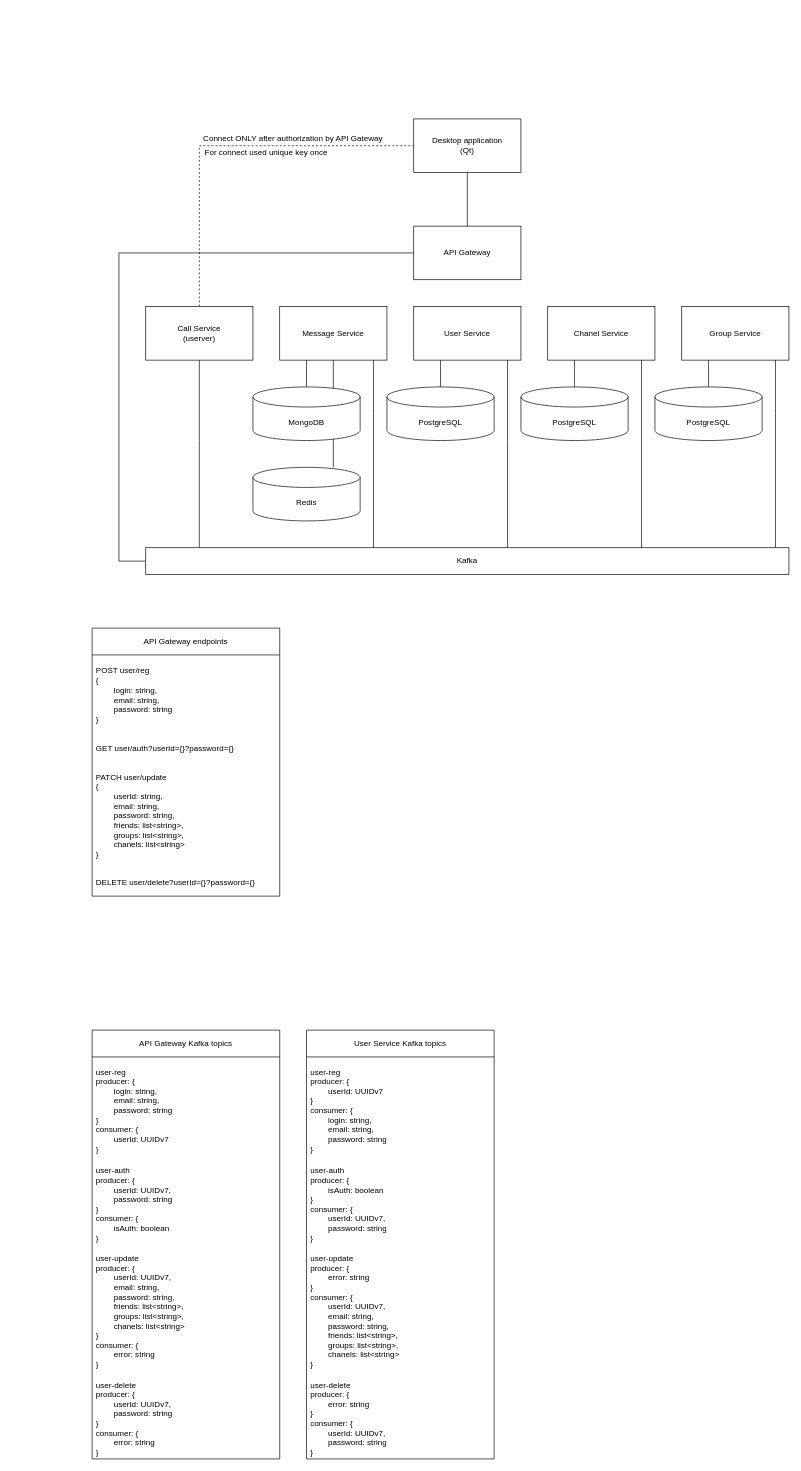
This is Schema.drawio from CallYourTeam/Infrastructure, a draw.io file, before an edit. Source tidied: cells renumbered, new cells numbered last; positions are measured from the earlier drawing's top-left corner, leaving out a move shared by most shapes. Both pictures are drawn from the tidied source at 67%, with x=0, y=0 at pixel (92, 119).
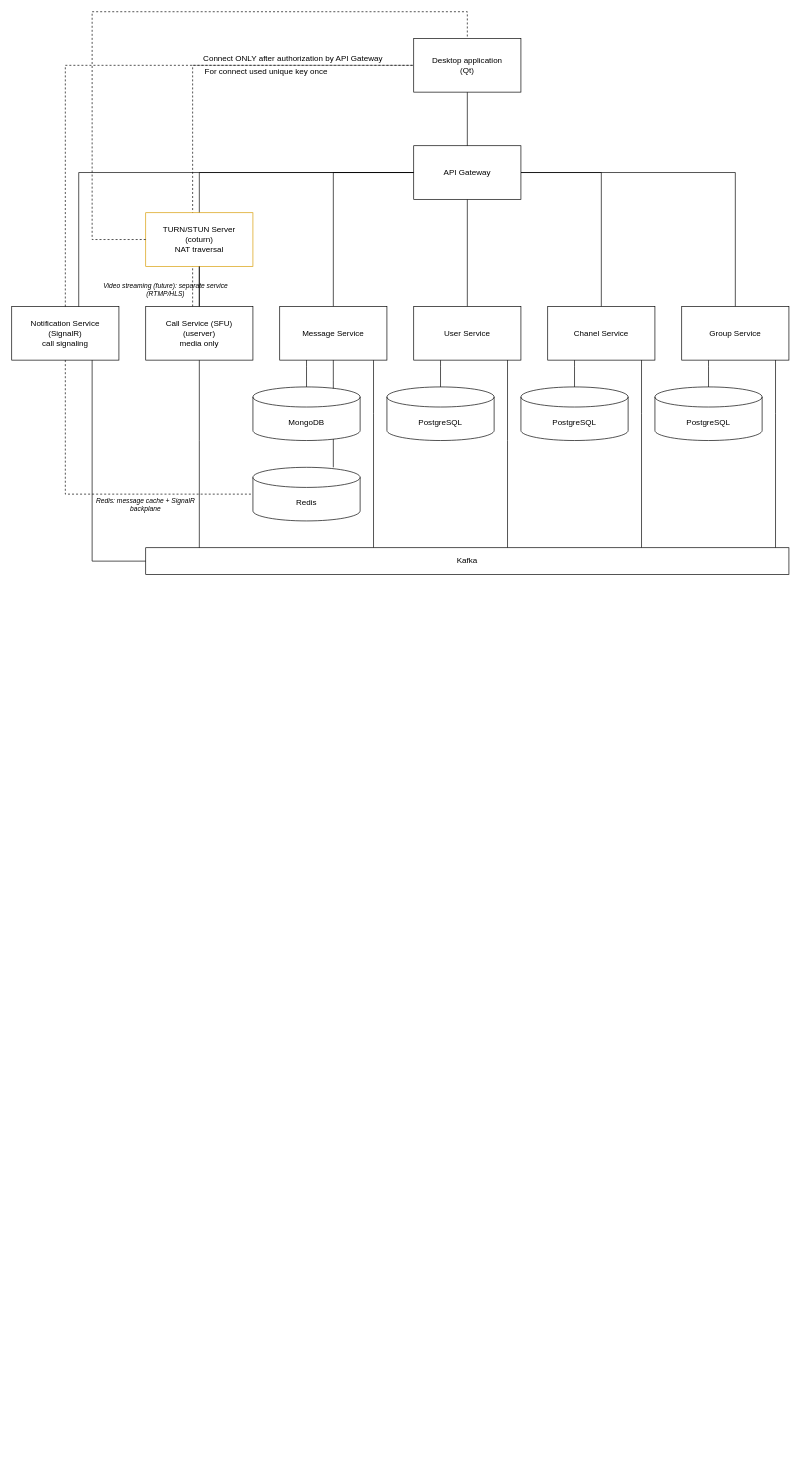
The same page after the edit.

The change refers to these unchanged cells:
```xml
<mxCell id="7" value="Message Service" style="rounded=0;whiteSpace=wrap;html=1;" parent="1" vertex="1">
  <mxGeometry x="280" y="280" width="160" height="80" as="geometry" />
</mxCell>
<mxCell id="9" value="User Service" style="rounded=0;whiteSpace=wrap;html=1;" parent="1" vertex="1">
  <mxGeometry x="480" y="280" width="160" height="80" as="geometry" />
</mxCell>
<mxCell id="12" value="Chanel Service" style="rounded=0;whiteSpace=wrap;html=1;" parent="1" vertex="1">
  <mxGeometry x="680" y="280" width="160" height="80" as="geometry" />
</mxCell>
<mxCell id="14" value="Group Service" style="rounded=0;whiteSpace=wrap;html=1;" parent="1" vertex="1">
  <mxGeometry x="880" y="280" width="160" height="80" as="geometry" />
</mxCell>
<mxCell id="18" value="Kafka" style="rounded=0;whiteSpace=wrap;html=1;" parent="1" vertex="1">
  <mxGeometry x="80" y="640" width="960" height="40" as="geometry" />
</mxCell>
<mxCell id="27" value="Redis" style="shape=cylinder3;whiteSpace=wrap;html=1;boundedLbl=1;backgroundOutline=1;size=15;" parent="1" vertex="1">
  <mxGeometry x="240" y="520" width="160" height="80" as="geometry" />
</mxCell>
```

Diff of the diagram source:
```diff
@@
-    <mxCell id="2" style="edgeStyle=orthogonalEdgeStyle;rounded=0;jettySize=auto;html=1;endArrow=none;endFill=0;" parent="1" edge="1" source="3" target="18">
-      <mxGeometry relative="1" as="geometry">
-        <Array as="points">
-          <mxPoint x="40" y="200" />
-          <mxPoint x="40" y="660" />
-        </Array>
-      </mxGeometry>
-    </mxCell>
+    <mxCell id="45" style="edgeStyle=orthogonalEdgeStyle;rounded=0;jettySize=auto;html=1;endArrow=none;endFill=0;" parent="1" edge="1" source="3" target="23">
+      <mxGeometry relative="1" as="geometry" />
+    </mxCell>
+    <mxCell id="46" style="edgeStyle=orthogonalEdgeStyle;rounded=0;jettySize=auto;html=1;endArrow=none;endFill=0;" parent="1" edge="1" source="3" target="7">
+      <mxGeometry relative="1" as="geometry" />
+    </mxCell>
+    <mxCell id="47" style="edgeStyle=orthogonalEdgeStyle;rounded=0;jettySize=auto;html=1;endArrow=none;endFill=0;" parent="1" edge="1" source="3" target="9">
+      <mxGeometry relative="1" as="geometry" />
+    </mxCell>
+    <mxCell id="48" style="edgeStyle=orthogonalEdgeStyle;rounded=0;jettySize=auto;html=1;endArrow=none;endFill=0;" parent="1" edge="1" source="3" target="12">
+      <mxGeometry relative="1" as="geometry" />
+    </mxCell>
+    <mxCell id="49" style="edgeStyle=orthogonalEdgeStyle;rounded=0;jettySize=auto;html=1;endArrow=none;endFill=0;" parent="1" edge="1" source="3" target="14">
+      <mxGeometry relative="1" as="geometry" />
+    </mxCell>
     <mxCell id="3" value="API Gateway" style="rounded=0;whiteSpace=wrap;html=1;" parent="1" vertex="1">
-      <mxGeometry x="480" y="160" width="160" height="80" as="geometry" />
+      <mxGeometry x="480" y="40" width="160" height="80" as="geometry" />
     </mxCell>
     <mxCell id="4" style="edgeStyle=orthogonalEdgeStyle;rounded=0;jettySize=auto;html=1;endArrow=none;endFill=0;" parent="1" edge="1" source="5" target="3">
       <mxGeometry relative="1" as="geometry">
         <Array as="points">
-          <mxPoint x="560" y="40" />
+          <mxPoint x="560" y="-80" />
         </Array>
       </mxGeometry>
     </mxCell>
     <mxCell id="5" value="Desktop application&lt;div&gt;(Qt)&lt;/div&gt;" style="rounded=0;whiteSpace=wrap;html=1;" parent="1" vertex="1">
-      <mxGeometry x="480" width="160" height="80" as="geometry" />
+      <mxGeometry x="480" y="-120" width="160" height="80" as="geometry" />
     </mxCell>
@@
     <mxCell id="22" style="edgeStyle=orthogonalEdgeStyle;rounded=0;jettySize=auto;html=1;dashed=1;endArrow=none;endFill=0;" parent="1" edge="1" source="23" target="5">
       <mxGeometry relative="1" as="geometry">
         <Array as="points">
-          <mxPoint x="160" y="40" />
+          <mxPoint x="150" y="-80" />
         </Array>
       </mxGeometry>
     </mxCell>
-    <mxCell id="23" value="Call Service&lt;div&gt;(userver)&lt;/div&gt;" style="rounded=0;whiteSpace=wrap;html=1;" parent="1" vertex="1">
+    <mxCell id="23" value="Call Service (SFU)&lt;div&gt;(userver)&lt;/div&gt;&lt;div&gt;media only&lt;/div&gt;" style="rounded=0;whiteSpace=wrap;html=1;" parent="1" vertex="1">
       <mxGeometry x="80" y="280" width="160" height="80" as="geometry" />
     </mxCell>
@@
     <mxCell id="28" value="Connect ONLY after authorization by API Gateway" style="text;html=1;whiteSpace=wrap;strokeColor=none;fillColor=none;align=center;verticalAlign=middle;rounded=0;" parent="1" vertex="1">
-      <mxGeometry x="160" y="20" width="280" height="20" as="geometry" />
+      <mxGeometry x="160" y="-100" width="280" height="20" as="geometry" />
     </mxCell>
     <mxCell id="29" value="For connect used unique key once" style="text;html=1;whiteSpace=wrap;strokeColor=none;fillColor=none;align=center;verticalAlign=middle;rounded=0;" parent="1" vertex="1">
-      <mxGeometry x="160" y="40" width="200" height="20" as="geometry" />
+      <mxGeometry x="160" y="-80" width="200" height="20" as="geometry" />
     </mxCell>
-    <mxCell id="30" value="API Gateway endpoints" style="swimlane;fontStyle=0;horizontal=1;startSize=40;whiteSpace=wrap;html=1;" parent="1" vertex="1">
-      <mxGeometry y="760" width="280" height="400" as="geometry" />
-    </mxCell>
-    <mxCell id="31" value="POST user/reg&lt;div&gt;&lt;span style=&quot;background-color: transparent; color: light-dark(rgb(0, 0, 0), rgb(255, 255, 255));&quot;&gt;{&lt;/span&gt;&lt;/div&gt;&lt;div&gt;&lt;span style=&quot;background-color: transparent; color: light-dark(rgb(0, 0, 0), rgb(255, 255, 255));&quot;&gt;&lt;span style=&quot;white-space: pre;&quot;&gt;&#9;&lt;/span&gt;login: string,&lt;/span&gt;&lt;/div&gt;&lt;div&gt;&lt;span style=&quot;background-color: transparent; color: light-dark(rgb(0, 0, 0), rgb(255, 255, 255));&quot;&gt;&lt;span style=&quot;white-space: pre;&quot;&gt;&#9;&lt;/span&gt;email: string,&lt;br&gt;&lt;/span&gt;&lt;/div&gt;&lt;div&gt;&lt;span style=&quot;background-color: transparent; color: light-dark(rgb(0, 0, 0), rgb(255, 255, 255));&quot;&gt;&lt;span style=&quot;white-space: pre;&quot;&gt;&#9;&lt;/span&gt;password: string&lt;/span&gt;&lt;/div&gt;&lt;div&gt;}&lt;/div&gt;" style="text;strokeColor=none;fillColor=none;align=left;verticalAlign=middle;spacingLeft=4;spacingRight=4;overflow=hidden;whiteSpace=wrap;html=1;" parent="30" vertex="1">
-      <mxGeometry y="40" width="280" height="120" as="geometry" />
-    </mxCell>
-    <mxCell id="32" value="GET user/auth?userId={}?password={}" style="text;strokeColor=none;fillColor=none;align=left;verticalAlign=middle;spacingLeft=4;spacingRight=4;overflow=hidden;whiteSpace=wrap;html=1;" parent="30" vertex="1">
-      <mxGeometry y="160" width="280" height="40" as="geometry" />
-    </mxCell>
-    <mxCell id="33" value="PATCH user/update&lt;div&gt;{&lt;/div&gt;&lt;div&gt;&lt;span style=&quot;white-space: pre;&quot;&gt;&#9;&lt;/span&gt;userId: string,&lt;br&gt;&lt;/div&gt;&lt;div&gt;&lt;span style=&quot;white-space: pre;&quot;&gt;&#9;&lt;/span&gt;email: string,&lt;br&gt;&lt;/div&gt;&lt;div&gt;&lt;span style=&quot;white-space: pre;&quot;&gt;&#9;&lt;/span&gt;password: string,&lt;br&gt;&lt;/div&gt;&lt;div&gt;&lt;span style=&quot;white-space: pre;&quot;&gt;&#9;&lt;/span&gt;friends: list&amp;lt;string&amp;gt;,&lt;/div&gt;&lt;div&gt;&lt;span style=&quot;white-space: pre;&quot;&gt;&#9;&lt;/span&gt;groups: list&amp;lt;string&amp;gt;,&lt;br&gt;&lt;/div&gt;&lt;div&gt;&lt;span style=&quot;white-space: pre;&quot;&gt;&#9;&lt;/span&gt;chanels: list&amp;lt;string&amp;gt;&lt;br&gt;&lt;/div&gt;&lt;div&gt;}&lt;/div&gt;" style="text;strokeColor=none;fillColor=none;align=left;verticalAlign=middle;spacingLeft=4;spacingRight=4;overflow=hidden;whiteSpace=wrap;html=1;" parent="30" vertex="1">
-      <mxGeometry y="200" width="280" height="160" as="geometry" />
-    </mxCell>
-    <mxCell id="34" value="DELETE user/delete?userId={}?password={}" style="text;strokeColor=none;fillColor=none;align=left;verticalAlign=middle;spacingLeft=4;spacingRight=4;overflow=hidden;whiteSpace=wrap;html=1;" parent="30" vertex="1">
-      <mxGeometry y="360" width="280" height="40" as="geometry" />
-    </mxCell>
-    <mxCell id="35" value="API Gateway Kafka topics" style="swimlane;fontStyle=0;horizontal=1;startSize=40;whiteSpace=wrap;html=1;" parent="1" vertex="1">
-      <mxGeometry y="1360" width="280" height="640" as="geometry" />
-    </mxCell>
-    <mxCell id="36" value="user-reg&lt;div&gt;&lt;span style=&quot;background-color: transparent; color: light-dark(rgb(0, 0, 0), rgb(255, 255, 255));&quot;&gt;producer: {&lt;/span&gt;&lt;/div&gt;&lt;div&gt;&lt;span style=&quot;background-color: transparent; color: light-dark(rgb(0, 0, 0), rgb(255, 255, 255));&quot;&gt;&lt;span style=&quot;white-space: pre;&quot;&gt;&#9;&lt;/span&gt;login: string,&lt;/span&gt;&lt;/div&gt;&lt;div&gt;&lt;span style=&quot;background-color: transparent; color: light-dark(rgb(0, 0, 0), rgb(255, 255, 255));&quot;&gt;&lt;span style=&quot;white-space: pre;&quot;&gt;&#9;&lt;/span&gt;email: string,&lt;br&gt;&lt;/span&gt;&lt;/div&gt;&lt;div&gt;&lt;span style=&quot;background-color: transparent; color: light-dark(rgb(0, 0, 0), rgb(255, 255, 255));&quot;&gt;&lt;span style=&quot;white-space: pre;&quot;&gt;&#9;&lt;/span&gt;password: string&lt;/span&gt;&lt;/div&gt;&lt;div&gt;}&lt;/div&gt;&lt;div&gt;consumer: {&lt;/div&gt;&lt;div&gt;&lt;span style=&quot;white-space: pre;&quot;&gt;&#9;&lt;/span&gt;userId: UUIDv7&lt;br&gt;&lt;/div&gt;&lt;div&gt;}&lt;/div&gt;" style="text;strokeColor=none;fillColor=none;align=left;verticalAlign=middle;spacingLeft=4;spacingRight=4;overflow=hidden;whiteSpace=wrap;html=1;" parent="35" vertex="1">
-      <mxGeometry y="40" width="280" height="160" as="geometry" />
-    </mxCell>
-    <mxCell id="37" value="user-auth&lt;div&gt;producer: {&lt;/div&gt;&lt;div&gt;&lt;span style=&quot;white-space: pre;&quot;&gt;&#9;&lt;/span&gt;userId: UUIDv7,&lt;br&gt;&lt;/div&gt;&lt;div&gt;&lt;span style=&quot;white-space: pre;&quot;&gt;&#9;&lt;/span&gt;password: string&lt;br&gt;&lt;/div&gt;&lt;div&gt;}&lt;/div&gt;&lt;div&gt;consumer: {&lt;/div&gt;&lt;div&gt;&lt;span style=&quot;white-space: pre;&quot;&gt;&#9;&lt;/span&gt;isAuth: boolean&lt;/div&gt;&lt;div&gt;}&lt;/div&gt;" style="text;strokeColor=none;fillColor=none;align=left;verticalAlign=middle;spacingLeft=4;spacingRight=4;overflow=hidden;whiteSpace=wrap;html=1;" parent="35" vertex="1">
-      <mxGeometry y="200" width="280" height="120" as="geometry" />
-    </mxCell>
-    <mxCell id="38" value="user-update&lt;div&gt;producer: {&lt;/div&gt;&lt;div&gt;&lt;span style=&quot;white-space: pre;&quot;&gt;&#9;&lt;/span&gt;userId: UUIDv7,&lt;br&gt;&lt;/div&gt;&lt;div&gt;&lt;span style=&quot;white-space: pre;&quot;&gt;&#9;&lt;/span&gt;email: string,&lt;br&gt;&lt;/div&gt;&lt;div&gt;&lt;span style=&quot;white-space: pre;&quot;&gt;&#9;&lt;/span&gt;password: string,&lt;br&gt;&lt;/div&gt;&lt;div&gt;&lt;span style=&quot;white-space: pre;&quot;&gt;&#9;&lt;/span&gt;friends: list&amp;lt;string&amp;gt;,&lt;/div&gt;&lt;div&gt;&lt;span style=&quot;white-space: pre;&quot;&gt;&#9;&lt;/span&gt;groups: list&amp;lt;string&amp;gt;,&lt;br&gt;&lt;/div&gt;&lt;div&gt;&lt;span style=&quot;white-space: pre;&quot;&gt;&#9;&lt;/span&gt;chanels: list&amp;lt;string&amp;gt;&lt;br&gt;&lt;/div&gt;&lt;div&gt;}&lt;/div&gt;&lt;div&gt;consumer: {&lt;/div&gt;&lt;div&gt;&lt;span style=&quot;white-space: pre;&quot;&gt;&#9;&lt;/span&gt;error: string&lt;br&gt;&lt;/div&gt;&lt;div&gt;}&lt;/div&gt;" style="text;strokeColor=none;fillColor=none;align=left;verticalAlign=middle;spacingLeft=4;spacingRight=4;overflow=hidden;whiteSpace=wrap;html=1;" parent="35" vertex="1">
-      <mxGeometry y="320" width="280" height="200" as="geometry" />
-    </mxCell>
-    <mxCell id="39" value="user-delete&lt;div&gt;&lt;span style=&quot;background-color: transparent; color: light-dark(rgb(0, 0, 0), rgb(255, 255, 255));&quot;&gt;producer: {&lt;/span&gt;&lt;/div&gt;&lt;div&gt;&lt;span style=&quot;white-space: pre;&quot;&gt;&#9;&lt;/span&gt;userId: UUIDv7,&lt;br&gt;&lt;/div&gt;&lt;div&gt;&lt;span style=&quot;white-space: pre;&quot;&gt;&#9;&lt;/span&gt;password: string&lt;br&gt;&lt;/div&gt;&lt;div&gt;}&lt;/div&gt;&lt;div&gt;consumer: {&lt;/div&gt;&lt;div&gt;&lt;span style=&quot;white-space: pre;&quot;&gt;&#9;&lt;/span&gt;error: string&lt;br&gt;&lt;/div&gt;&lt;div&gt;}&lt;/div&gt;" style="text;strokeColor=none;fillColor=none;align=left;verticalAlign=middle;spacingLeft=4;spacingRight=4;overflow=hidden;whiteSpace=wrap;html=1;" parent="35" vertex="1">
-      <mxGeometry y="520" width="280" height="120" as="geometry" />
-    </mxCell>
-    <mxCell id="40" value="User Service Kafka topics" style="swimlane;fontStyle=0;horizontal=1;startSize=40;whiteSpace=wrap;html=1;" parent="1" vertex="1">
-      <mxGeometry x="320" y="1360" width="280" height="640" as="geometry" />
-    </mxCell>
-    <mxCell id="41" value="user-reg&lt;div&gt;&lt;span style=&quot;background-color: transparent; color: light-dark(rgb(0, 0, 0), rgb(255, 255, 255));&quot;&gt;producer:&lt;/span&gt;&lt;span style=&quot;background-color: transparent; color: light-dark(rgb(0, 0, 0), rgb(255, 255, 255));&quot;&gt;&amp;nbsp;&lt;/span&gt;&lt;span style=&quot;background-color: transparent; color: light-dark(rgb(0, 0, 0), rgb(255, 255, 255));&quot;&gt;{&lt;/span&gt;&lt;/div&gt;&lt;div&gt;&lt;span style=&quot;white-space: pre;&quot;&gt;&#9;&lt;/span&gt;userId: UUIDv7&lt;br&gt;&lt;/div&gt;&lt;div&gt;}&lt;/div&gt;&lt;div&gt;consumer:&amp;nbsp;&lt;span style=&quot;background-color: transparent; color: light-dark(rgb(0, 0, 0), rgb(255, 255, 255));&quot;&gt;{&lt;/span&gt;&lt;/div&gt;&lt;div&gt;&lt;span style=&quot;background-color: transparent; color: light-dark(rgb(0, 0, 0), rgb(255, 255, 255));&quot;&gt;&lt;span style=&quot;white-space: pre;&quot;&gt;&#9;&lt;/span&gt;login: string,&lt;/span&gt;&lt;/div&gt;&lt;div&gt;&lt;span style=&quot;background-color: transparent; color: light-dark(rgb(0, 0, 0), rgb(255, 255, 255));&quot;&gt;&lt;span style=&quot;white-space: pre;&quot;&gt;&#9;&lt;/span&gt;email: string,&lt;br&gt;&lt;/span&gt;&lt;/div&gt;&lt;div&gt;&lt;span style=&quot;background-color: transparent; color: light-dark(rgb(0, 0, 0), rgb(255, 255, 255));&quot;&gt;&lt;span style=&quot;white-space: pre;&quot;&gt;&#9;&lt;/span&gt;password: string&lt;/span&gt;&lt;/div&gt;&lt;div&gt;}&lt;/div&gt;" style="text;strokeColor=none;fillColor=none;align=left;verticalAlign=middle;spacingLeft=4;spacingRight=4;overflow=hidden;whiteSpace=wrap;html=1;" parent="40" vertex="1">
-      <mxGeometry y="40" width="280" height="160" as="geometry" />
-    </mxCell>
-    <mxCell id="42" value="user-auth&lt;div&gt;producer:&lt;span style=&quot;background-color: transparent; color: light-dark(rgb(0, 0, 0), rgb(255, 255, 255));&quot;&gt;&amp;nbsp;&lt;/span&gt;&lt;span style=&quot;background-color: transparent; color: light-dark(rgb(0, 0, 0), rgb(255, 255, 255));&quot;&gt;{&lt;/span&gt;&lt;/div&gt;&lt;div&gt;&lt;span style=&quot;white-space: pre;&quot;&gt;&#9;&lt;/span&gt;isAuth: boolean&lt;/div&gt;&lt;div&gt;}&lt;/div&gt;&lt;div&gt;consumer:&lt;span style=&quot;background-color: transparent; color: light-dark(rgb(0, 0, 0), rgb(255, 255, 255));&quot;&gt;&amp;nbsp;&lt;/span&gt;&lt;span style=&quot;background-color: transparent; color: light-dark(rgb(0, 0, 0), rgb(255, 255, 255));&quot;&gt;{&lt;/span&gt;&lt;/div&gt;&lt;div&gt;&lt;span style=&quot;white-space: pre;&quot;&gt;&#9;&lt;/span&gt;userId: UUIDv7,&lt;br&gt;&lt;/div&gt;&lt;div&gt;&lt;span style=&quot;white-space: pre;&quot;&gt;&#9;&lt;/span&gt;password: string&lt;br&gt;&lt;/div&gt;&lt;div&gt;}&lt;/div&gt;" style="text;strokeColor=none;fillColor=none;align=left;verticalAlign=middle;spacingLeft=4;spacingRight=4;overflow=hidden;whiteSpace=wrap;html=1;" parent="40" vertex="1">
-      <mxGeometry y="200" width="280" height="120" as="geometry" />
-    </mxCell>
-    <mxCell id="43" value="user-update&lt;div&gt;producer:&amp;nbsp;&lt;span style=&quot;background-color: transparent; color: light-dark(rgb(0, 0, 0), rgb(255, 255, 255));&quot;&gt;{&lt;/span&gt;&lt;/div&gt;&lt;div&gt;&lt;span style=&quot;white-space: pre;&quot;&gt;&#9;&lt;/span&gt;error: string&lt;br&gt;&lt;/div&gt;&lt;div&gt;}&lt;/div&gt;&lt;div&gt;consumer:&amp;nbsp;&lt;span style=&quot;background-color: transparent; color: light-dark(rgb(0, 0, 0), rgb(255, 255, 255));&quot;&gt;{&lt;/span&gt;&lt;/div&gt;&lt;div&gt;&lt;span style=&quot;white-space: pre;&quot;&gt;&#9;&lt;/span&gt;userId: UUIDv7,&lt;br&gt;&lt;/div&gt;&lt;div&gt;&lt;span style=&quot;white-space: pre;&quot;&gt;&#9;&lt;/span&gt;email: string,&lt;br&gt;&lt;/div&gt;&lt;div&gt;&lt;span style=&quot;white-space: pre;&quot;&gt;&#9;&lt;/span&gt;password: string,&lt;br&gt;&lt;/div&gt;&lt;div&gt;&lt;span style=&quot;white-space: pre;&quot;&gt;&#9;&lt;/span&gt;friends: list&amp;lt;string&amp;gt;,&lt;/div&gt;&lt;div&gt;&lt;span style=&quot;white-space: pre;&quot;&gt;&#9;&lt;/span&gt;groups: list&amp;lt;string&amp;gt;,&lt;br&gt;&lt;/div&gt;&lt;div&gt;&lt;span style=&quot;white-space: pre;&quot;&gt;&#9;&lt;/span&gt;chanels: list&amp;lt;string&amp;gt;&lt;br&gt;&lt;/div&gt;&lt;div&gt;}&lt;/div&gt;" style="text;strokeColor=none;fillColor=none;align=left;verticalAlign=middle;spacingLeft=4;spacingRight=4;overflow=hidden;whiteSpace=wrap;html=1;" parent="40" vertex="1">
-      <mxGeometry y="320" width="280" height="200" as="geometry" />
-    </mxCell>
-    <mxCell id="44" value="user-delete&lt;div&gt;&lt;span style=&quot;background-color: transparent; color: light-dark(rgb(0, 0, 0), rgb(255, 255, 255));&quot;&gt;producer:&amp;nbsp;&lt;/span&gt;&lt;span style=&quot;background-color: transparent; color: light-dark(rgb(0, 0, 0), rgb(255, 255, 255));&quot;&gt;{&lt;/span&gt;&lt;/div&gt;&lt;div&gt;&lt;span style=&quot;white-space: pre;&quot;&gt;&#9;&lt;/span&gt;error: string&lt;br&gt;&lt;/div&gt;&lt;div&gt;}&lt;/div&gt;&lt;div&gt;consumer:&amp;nbsp;&lt;span style=&quot;background-color: transparent; color: light-dark(rgb(0, 0, 0), rgb(255, 255, 255));&quot;&gt;{&lt;/span&gt;&lt;/div&gt;&lt;div&gt;&lt;span style=&quot;white-space: pre;&quot;&gt;&#9;&lt;/span&gt;userId: UUIDv7,&lt;br&gt;&lt;/div&gt;&lt;div&gt;&lt;span style=&quot;white-space: pre;&quot;&gt;&#9;&lt;/span&gt;password: string&lt;br&gt;&lt;/div&gt;&lt;div&gt;}&lt;/div&gt;" style="text;strokeColor=none;fillColor=none;align=left;verticalAlign=middle;spacingLeft=4;spacingRight=4;overflow=hidden;whiteSpace=wrap;html=1;" parent="40" vertex="1">
-      <mxGeometry y="520" width="280" height="120" as="geometry" />
-    </mxCell>
+    <mxCell id="50" value="Notification Service&lt;div&gt;(SignalR)&lt;/div&gt;&lt;div&gt;call signaling&lt;/div&gt;" style="rounded=0;whiteSpace=wrap;html=1;" parent="1" vertex="1">
+      <mxGeometry x="-120" y="280" width="160" height="80" as="geometry" />
+    </mxCell>
+    <mxCell id="51" style="edgeStyle=orthogonalEdgeStyle;rounded=0;jettySize=auto;html=1;endArrow=none;endFill=0;" parent="1" edge="1" source="3" target="50">
+      <mxGeometry relative="1" as="geometry">
+        <Array as="points">
+          <mxPoint x="-20" y="80" />
+        </Array>
+      </mxGeometry>
+    </mxCell>
+    <mxCell id="52" style="edgeStyle=orthogonalEdgeStyle;rounded=0;jettySize=auto;html=1;dashed=1;endArrow=none;endFill=0;" parent="1" edge="1" source="50" target="5">
+      <mxGeometry relative="1" as="geometry">
+        <Array as="points">
+          <mxPoint x="-40" y="-80" />
+        </Array>
+      </mxGeometry>
+    </mxCell>
+    <mxCell id="53" style="edgeStyle=orthogonalEdgeStyle;rounded=0;jettySize=auto;html=1;endArrow=none;endFill=0;" parent="1" edge="1" source="50" target="18">
+      <mxGeometry relative="1" as="geometry">
+        <Array as="points">
+          <mxPoint y="660" />
+        </Array>
+      </mxGeometry>
+    </mxCell>
+    <mxCell id="54" style="edgeStyle=orthogonalEdgeStyle;rounded=0;jettySize=auto;html=1;dashed=1;endArrow=none;endFill=0;" parent="1" edge="1" source="50" target="27">
+      <mxGeometry relative="1" as="geometry">
+        <Array as="points">
+          <mxPoint x="-40" y="560" />
+        </Array>
+      </mxGeometry>
+    </mxCell>
+    <mxCell id="55" value="Redis: message cache + SignalR backplane" style="text;html=1;whiteSpace=wrap;strokeColor=none;fillColor=none;align=center;verticalAlign=middle;rounded=0;fontSize=10;fontStyle=2;" parent="1" vertex="1">
+      <mxGeometry x="-10" y="560" width="180" height="30" as="geometry" />
+    </mxCell>
+    <mxCell id="56" value="TURN/STUN Server&lt;div&gt;(coturn)&lt;/div&gt;&lt;div&gt;NAT traversal&lt;/div&gt;" style="rounded=0;whiteSpace=wrap;html=1;fillColor=default;strokeColor=#d79b00;" parent="1" vertex="1">
+      <mxGeometry x="80" y="140" width="160" height="80" as="geometry" />
+    </mxCell>
+    <mxCell id="57" style="edgeStyle=orthogonalEdgeStyle;rounded=0;jettySize=auto;html=1;endArrow=none;endFill=0;" parent="1" edge="1" source="56" target="23">
+      <mxGeometry relative="1" as="geometry" />
+    </mxCell>
+    <mxCell id="58" style="edgeStyle=orthogonalEdgeStyle;rounded=0;jettySize=auto;html=1;dashed=1;endArrow=none;endFill=0;" parent="1" edge="1" source="56" target="5">
+      <mxGeometry relative="1" as="geometry">
+        <Array as="points">
+          <mxPoint y="180" />
+          <mxPoint y="-160" />
+          <mxPoint x="560" y="-160" />
+        </Array>
+      </mxGeometry>
+    </mxCell>
+    <mxCell id="59" value="Video streaming (future): separate service (RTMP/HLS)" style="text;html=1;whiteSpace=wrap;strokeColor=none;fillColor=none;align=center;verticalAlign=middle;rounded=0;fontSize=10;fontStyle=2;" parent="1" vertex="1">
+      <mxGeometry y="240" width="220" height="30" as="geometry" />
+    </mxCell>
```
